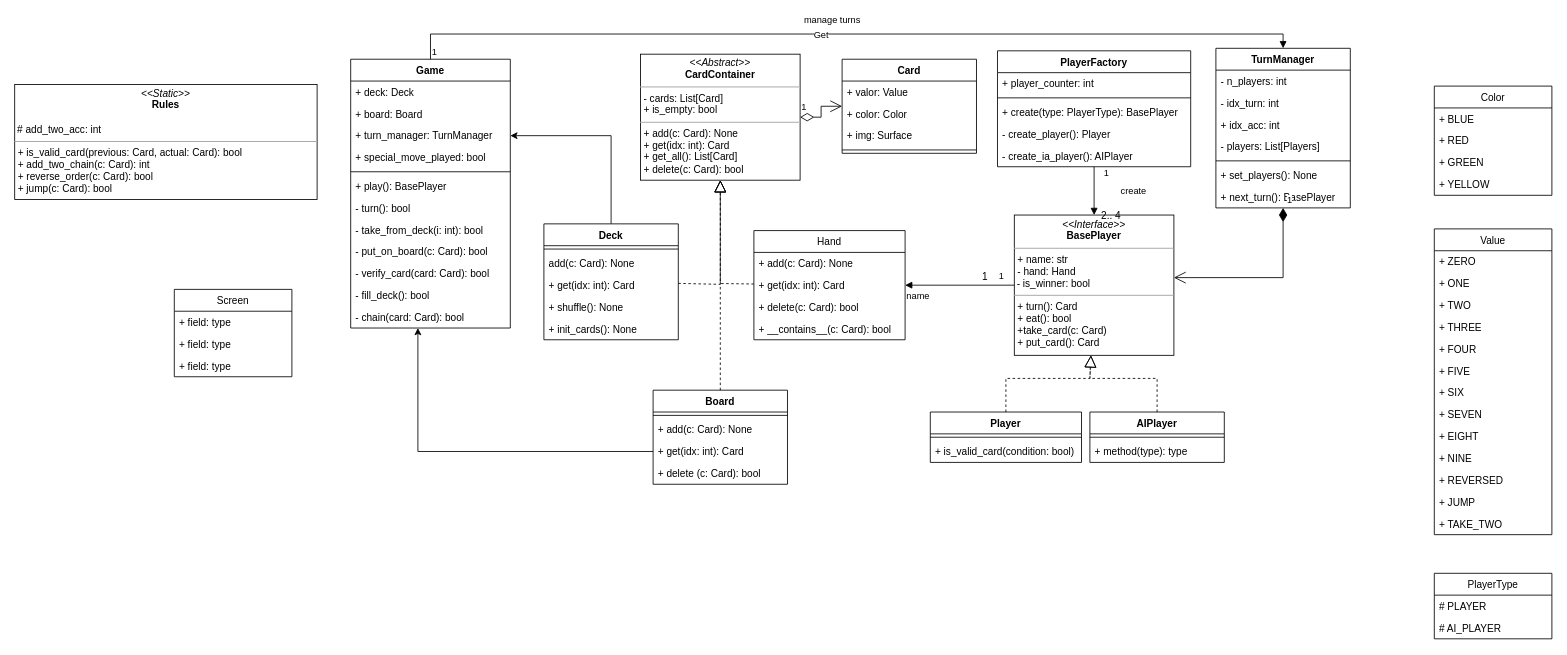
Earlier version of the draw.io diagram diagram.drawio (UNO-dev-team/py_uno). Source tidied: cells renumbered, new cells numbered last; positions are measured from the earlier drawing's top-left corner, leaving out a move shared by most shapes. Both pictures are drawn from the tidied source at 84%, with x=0, y=0 at pixel (14, 34).
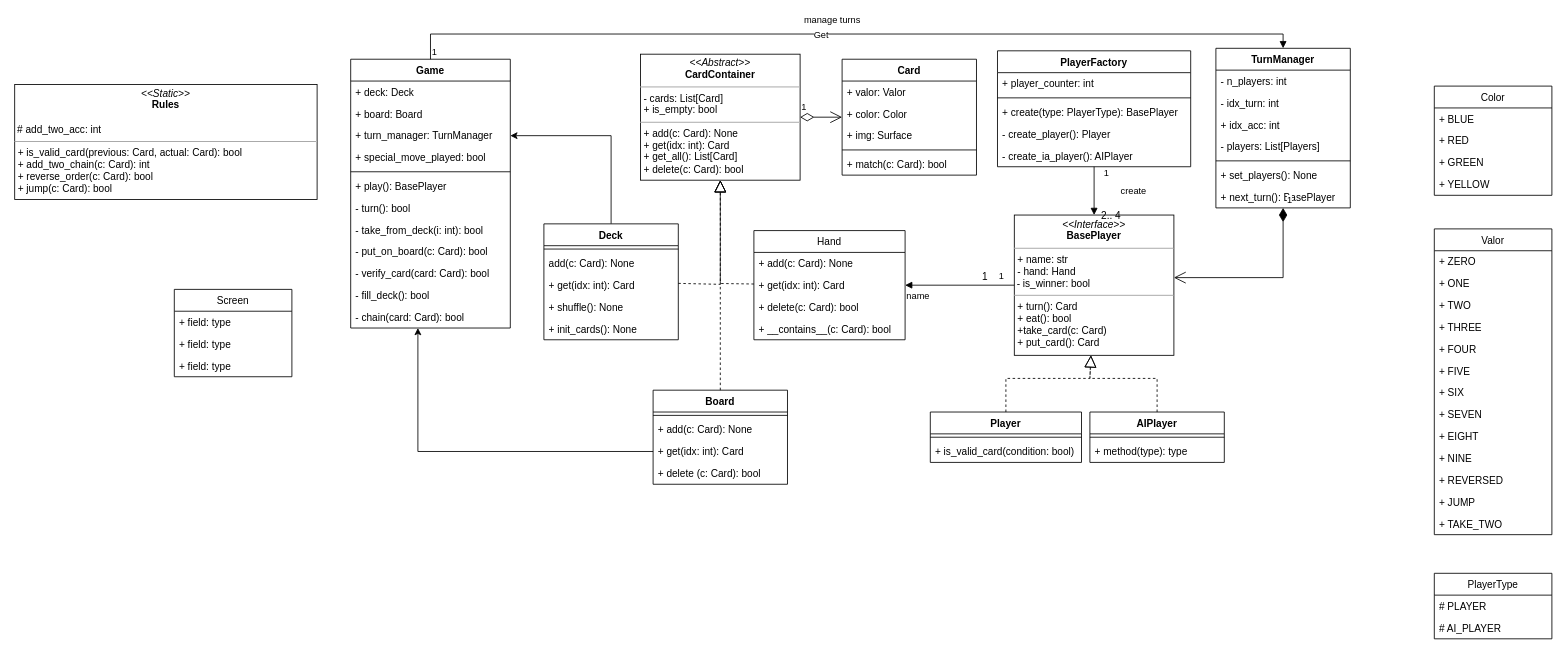
After the change.

Change to the diagram source:
```diff
@@
     <mxCell id="44" value="Card" style="swimlane;fontStyle=1;align=center;verticalAlign=top;horizontal=1;startSize=26;" parent="1" vertex="1">
-      <mxGeometry x="985" y="30" width="160" height="112" as="geometry" />
+      <mxGeometry x="985" y="30" width="160" height="138" as="geometry" />
     </mxCell>
-    <mxCell id="45" value="+ valor: Value" style="text;strokeColor=none;fillColor=none;align=left;verticalAlign=top;spacingLeft=4;spacingRight=4;overflow=hidden;" parent="44" vertex="1">
+    <mxCell id="45" value="+ valor: Valor" style="text;strokeColor=none;fillColor=none;align=left;verticalAlign=top;spacingLeft=4;spacingRight=4;overflow=hidden;" parent="44" vertex="1">
       <mxGeometry y="26" width="160" height="26" as="geometry" />
     </mxCell>
@@
+    <mxCell id="103" value="+ match(c: Card): bool" style="text;strokeColor=none;fillColor=none;align=left;verticalAlign=top;spacingLeft=4;spacingRight=4;overflow=hidden;" parent="44" vertex="1">
+      <mxGeometry y="112" width="160" height="26" as="geometry" />
+    </mxCell>
@@
-    <mxCell id="54" value="Value" style="swimlane;fontStyle=0;horizontal=1;startSize=26;fillColor=none;" parent="1" vertex="1">
+    <mxCell id="54" value="Valor" style="swimlane;fontStyle=0;horizontal=1;startSize=26;fillColor=none;" parent="1" vertex="1">
       <mxGeometry x="1690" y="232" width="140" height="364" as="geometry" />
     </mxCell>
```
